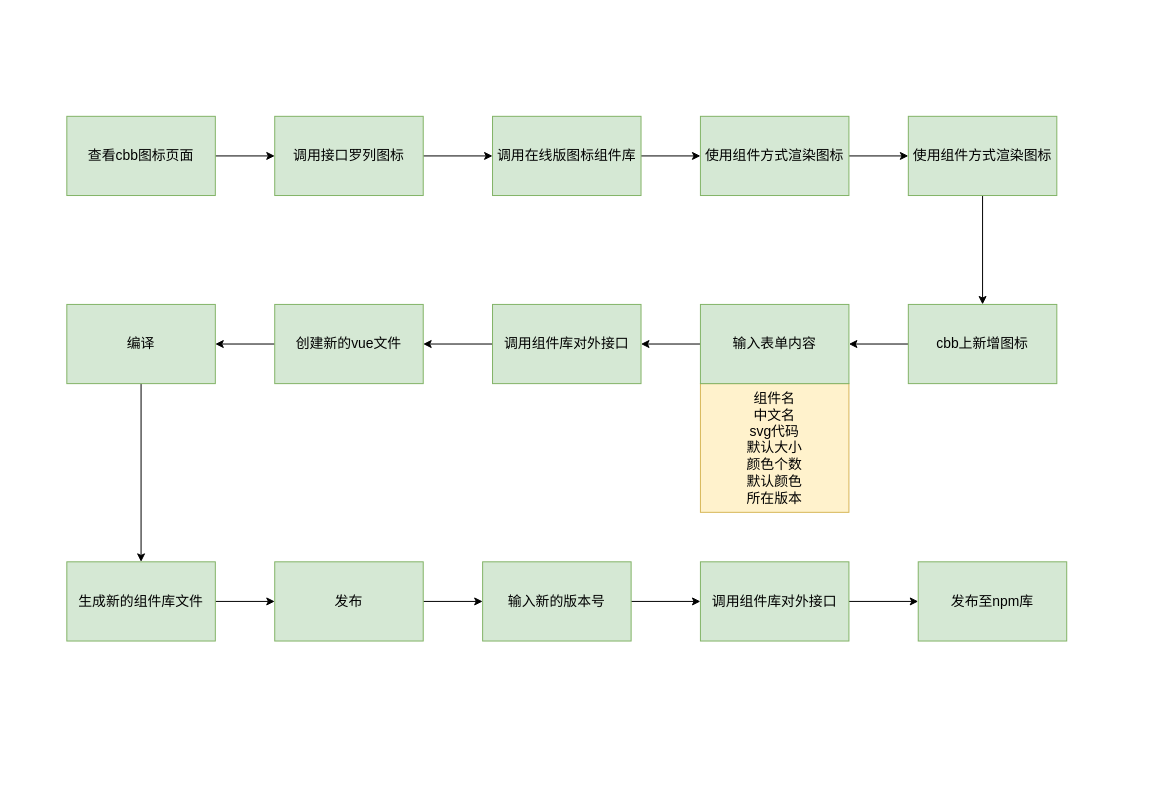
This is 图标库整体流程.drawio from meterXu/drawiofile, a draw.io file, before an edit. Source tidied: cells renumbered, new cells numbered last; positions are measured from the earlier drawing's top-left corner, leaving out a move shared by most shapes. Both pictures are drawn from the tidied source at 99%, with x=0, y=0 at pixel (66, 116).
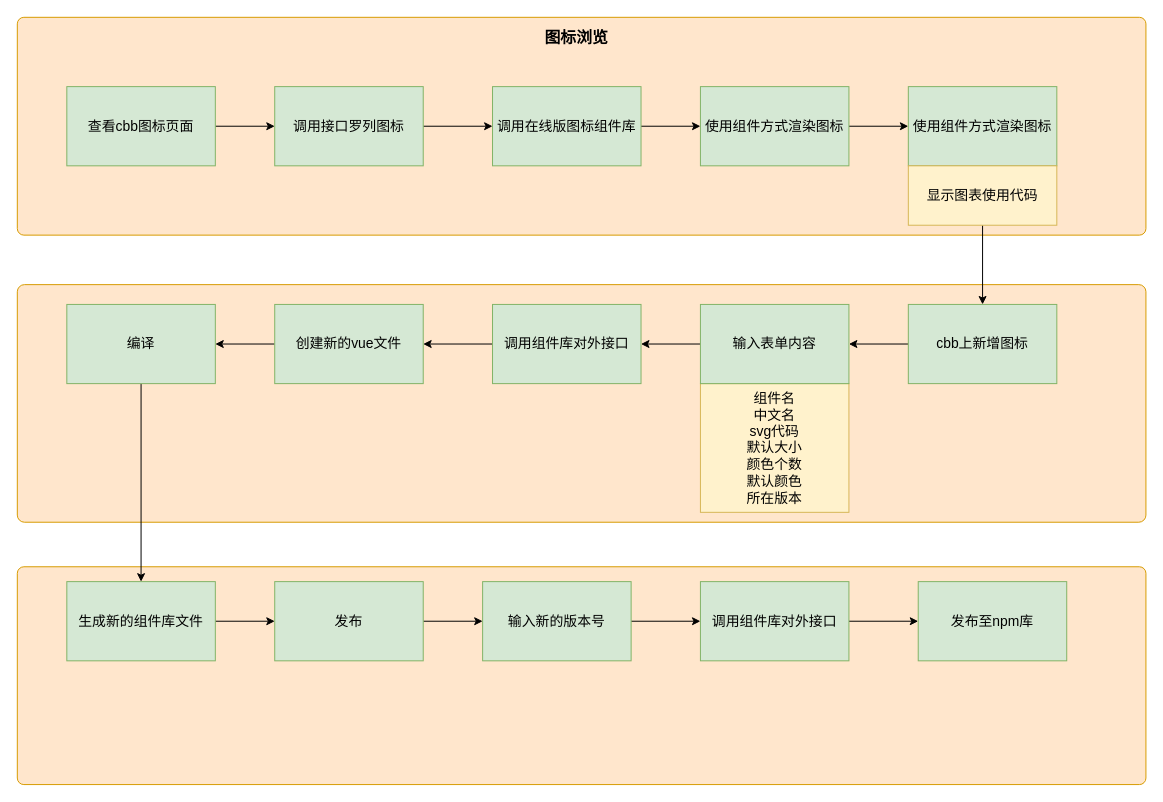
The same diagram, later.

Commit message (it also covers changes not shown here):
更新图标库整体流程.drawio

Unchanged cells that the change refers to:
```xml
<mxCell id="16" value="&lt;span style=&quot;font-size: 14px&quot;&gt;cbb上新增图标&lt;/span&gt;" style="rounded=0;whiteSpace=wrap;html=1;fillColor=#d5e8d4;strokeColor=#82b366;" parent="1" vertex="1">
  <mxGeometry x="850" y="190" width="150" height="80" as="geometry" />
</mxCell>
```

The edit, as a diff of the source:
```diff
@@
+    <mxCell id="32" style="rounded=1;whiteSpace=wrap;html=1;fontSize=14;fillColor=#ffe6cc;strokeColor=#d79b00;arcSize=3;" parent="1" vertex="1">
+      <mxGeometry x="-50" y="455" width="1140" height="220" as="geometry" />
+    </mxCell>
+    <mxCell id="33" style="rounded=1;whiteSpace=wrap;html=1;fontSize=14;fillColor=#ffe6cc;strokeColor=#d79b00;arcSize=3;" parent="1" vertex="1">
+      <mxGeometry x="-50" y="170" width="1140" height="240" as="geometry" />
+    </mxCell>
+    <mxCell id="34" style="rounded=1;whiteSpace=wrap;html=1;fontSize=14;fillColor=#ffe6cc;strokeColor=#d79b00;arcSize=3;" parent="1" vertex="1">
+      <mxGeometry x="-50" y="-100" width="1140" height="220" as="geometry" />
+    </mxCell>
@@
     <mxCell id="3" value="查看cbb图标页面" style="rounded=0;whiteSpace=wrap;html=1;fillColor=#d5e8d4;strokeColor=#82b366;fontSize=14;" parent="1" vertex="1">
-      <mxGeometry width="150" height="80" as="geometry" />
+      <mxGeometry y="-30" width="150" height="80" as="geometry" />
     </mxCell>
@@
     <mxCell id="6" value="&lt;font style=&quot;font-size: 14px&quot;&gt;调用接口罗列图标&lt;/font&gt;" style="rounded=0;whiteSpace=wrap;html=1;fillColor=#d5e8d4;strokeColor=#82b366;" parent="1" vertex="1">
-      <mxGeometry x="210" width="150" height="80" as="geometry" />
+      <mxGeometry x="210" y="-30" width="150" height="80" as="geometry" />
     </mxCell>
@@
     <mxCell id="8" value="&lt;span style=&quot;font-size: 14px&quot;&gt;调用在线版图标组件库&lt;/span&gt;" style="rounded=0;whiteSpace=wrap;html=1;fillColor=#d5e8d4;strokeColor=#82b366;" parent="1" vertex="1">
-      <mxGeometry x="430" width="150" height="80" as="geometry" />
+      <mxGeometry x="430" y="-30" width="150" height="80" as="geometry" />
     </mxCell>
@@
     <mxCell id="10" value="&lt;span style=&quot;font-size: 14px&quot;&gt;使用组件方式渲染图标&lt;/span&gt;" style="rounded=0;whiteSpace=wrap;html=1;fillColor=#d5e8d4;strokeColor=#82b366;" parent="1" vertex="1">
-      <mxGeometry x="640" width="150" height="80" as="geometry" />
+      <mxGeometry x="640" y="-30" width="150" height="80" as="geometry" />
     </mxCell>
-    <mxCell id="11" style="edgeStyle=orthogonalEdgeStyle;rounded=0;jettySize=auto;html=1;fontSize=14;" parent="1" edge="1" source="12" target="16">
-      <mxGeometry relative="1" as="geometry" />
-    </mxCell>
     <mxCell id="12" value="&lt;span style=&quot;font-size: 14px&quot;&gt;使用组件方式渲染图标&lt;/span&gt;" style="rounded=0;whiteSpace=wrap;html=1;fillColor=#d5e8d4;strokeColor=#82b366;" parent="1" vertex="1">
-      <mxGeometry x="850" width="150" height="80" as="geometry" />
+      <mxGeometry x="850" y="-30" width="150" height="80" as="geometry" />
     </mxCell>
@@
     <mxCell id="22" value="&lt;span style=&quot;font-size: 14px&quot;&gt;生成新的组件库文件&lt;/span&gt;" style="rounded=0;whiteSpace=wrap;html=1;fillColor=#d5e8d4;strokeColor=#82b366;" parent="1" vertex="1">
-      <mxGeometry y="450" width="150" height="80" as="geometry" />
+      <mxGeometry y="470" width="150" height="80" as="geometry" />
     </mxCell>
@@
     <mxCell id="26" value="&lt;span style=&quot;font-size: 14px&quot;&gt;发布&lt;/span&gt;" style="rounded=0;whiteSpace=wrap;html=1;fillColor=#d5e8d4;strokeColor=#82b366;" parent="1" vertex="1">
-      <mxGeometry x="210" y="450" width="150" height="80" as="geometry" />
+      <mxGeometry x="210" y="470" width="150" height="80" as="geometry" />
     </mxCell>
@@
     <mxCell id="28" value="&lt;span style=&quot;font-size: 14px&quot;&gt;输入新的版本号&lt;/span&gt;" style="rounded=0;whiteSpace=wrap;html=1;fillColor=#d5e8d4;strokeColor=#82b366;" parent="1" vertex="1">
-      <mxGeometry x="420" y="450" width="150" height="80" as="geometry" />
+      <mxGeometry x="420" y="470" width="150" height="80" as="geometry" />
     </mxCell>
@@
     <mxCell id="30" value="&lt;span style=&quot;font-size: 14px&quot;&gt;调用组件库对外接口&lt;/span&gt;" style="rounded=0;whiteSpace=wrap;html=1;fillColor=#d5e8d4;strokeColor=#82b366;" parent="1" vertex="1">
-      <mxGeometry x="640" y="450" width="150" height="80" as="geometry" />
+      <mxGeometry x="640" y="470" width="150" height="80" as="geometry" />
     </mxCell>
     <mxCell id="31" value="&lt;span style=&quot;font-size: 14px&quot;&gt;发布至npm库&lt;/span&gt;" style="rounded=0;whiteSpace=wrap;html=1;fillColor=#d5e8d4;strokeColor=#82b366;" parent="1" vertex="1">
-      <mxGeometry x="860" y="450" width="150" height="80" as="geometry" />
+      <mxGeometry x="860" y="470" width="150" height="80" as="geometry" />
     </mxCell>
+    <mxCell id="35" value="&lt;b&gt;&lt;font style=&quot;font-size: 16px&quot;&gt;图标浏览&lt;/font&gt;&lt;/b&gt;" style="text;html=1;strokeColor=none;fillColor=none;align=center;verticalAlign=middle;whiteSpace=wrap;rounded=0;fontSize=14;" parent="1" vertex="1">
+      <mxGeometry x="450" y="-90" width="130" height="20" as="geometry" />
+    </mxCell>
+    <mxCell id="36" style="edgeStyle=orthogonalEdgeStyle;rounded=0;jettySize=auto;html=1;fontSize=14;" parent="1" edge="1" source="37" target="16">
+      <mxGeometry relative="1" as="geometry" />
+    </mxCell>
+    <mxCell id="37" value="显示图表使用代码" style="rounded=0;whiteSpace=wrap;html=1;fontSize=14;fillColor=#fff2cc;strokeColor=#d6b656;" parent="1" vertex="1">
+      <mxGeometry x="850" y="50" width="150" height="60" as="geometry" />
+    </mxCell>
```
